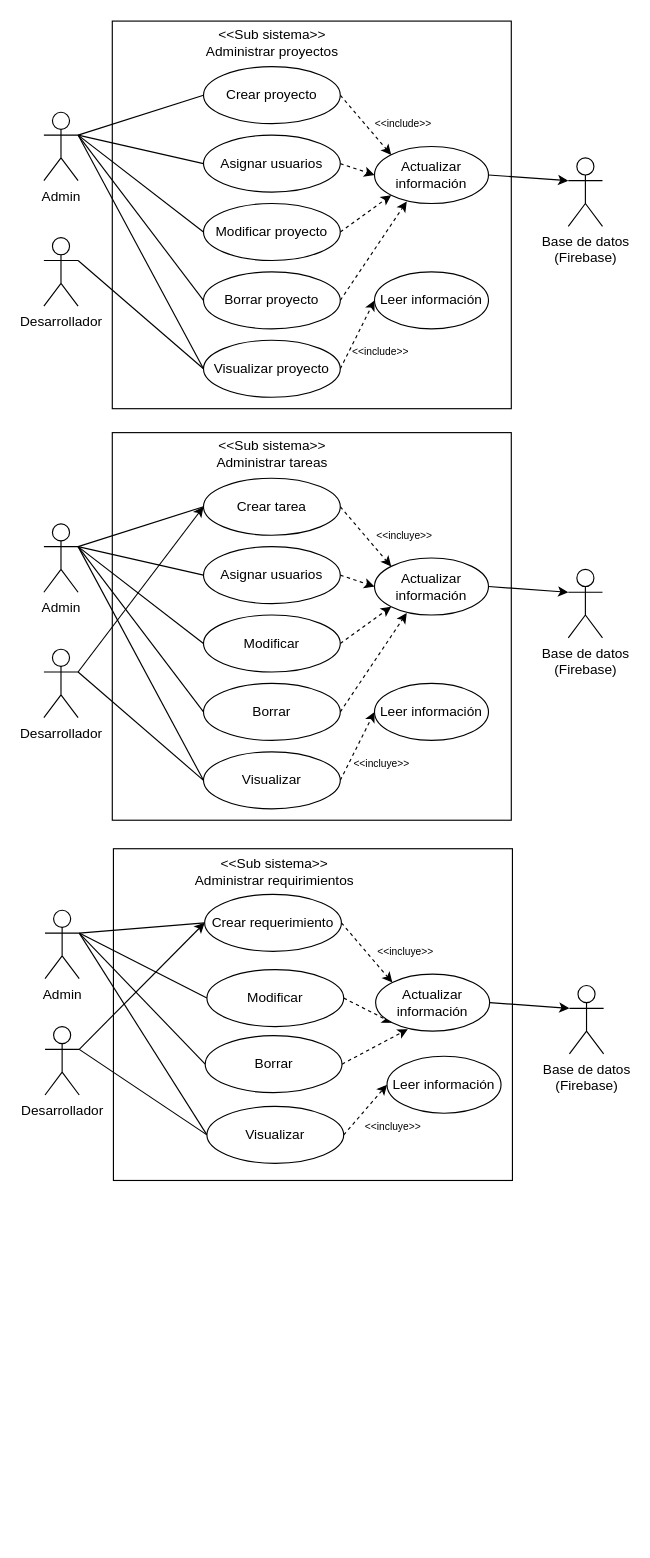
The draw.io diagram diagrams/use-case-diagram.drawio in Apantli/Tenor, before the edit. Source tidied: cells renumbered, new cells numbered last; positions are measured from the earlier drawing's top-left corner, leaving out a move shared by most shapes. Both pictures are drawn from the tidied source at 114%, with x=0, y=0 at pixel (43, 19).
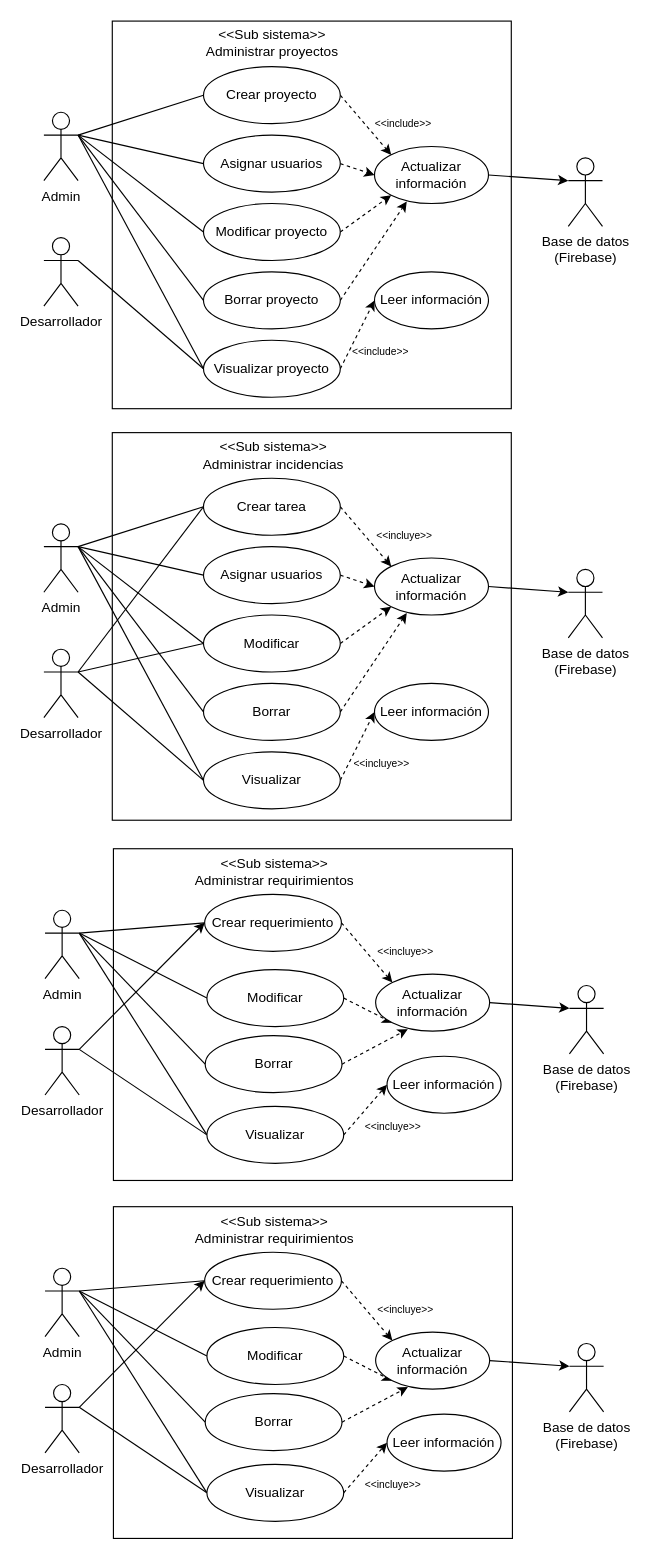
The same page after the edit.

Unchanged cells that the change refers to:
```xml
<mxCell id="29" style="group;" parent="1" vertex="1">
  <mxGeometry y="361" width="490" height="341" as="geometry" />
</mxCell>
<mxCell id="39" value="Desarrollador" style="shape=umlActor;verticalLabelPosition=bottom;verticalAlign=top;html=1;outlineConnect=0;" parent="29" vertex="1">
  <mxGeometry y="191" width="30" height="60" as="geometry" />
</mxCell>
<mxCell id="41" value="Crear tarea" style="ellipse;whiteSpace=wrap;html=1;" parent="29" vertex="1">
  <mxGeometry x="140" y="41" width="120" height="50" as="geometry" />
</mxCell>
<mxCell id="47" value="Modificar" style="ellipse;whiteSpace=wrap;html=1;" parent="29" vertex="1">
  <mxGeometry x="140" y="161" width="120" height="50" as="geometry" />
</mxCell>
```

Change to the diagram source:
```diff
@@
-    <mxCell id="38" style="edgeStyle=none;rounded=0;jettySize=auto;html=1;exitX=1;exitY=0.3333333333333333;exitDx=0;exitDy=0;exitPerimeter=0;entryX=0;entryY=0.5;entryDx=0;entryDy=0;" parent="29" edge="1" source="39" target="41">
+    <mxCell id="38" style="edgeStyle=none;rounded=0;jettySize=auto;html=1;exitX=1;exitY=0.3333333333333333;exitDx=0;exitDy=0;exitPerimeter=0;entryX=0;entryY=0.5;entryDx=0;entryDy=0;endArrow=none;startFill=0;" parent="29" edge="1" source="39" target="41">
       <mxGeometry relative="1" as="geometry" />
     </mxCell>
+    <mxCell id="82" style="edgeStyle=none;rounded=0;jettySize=auto;html=1;exitX=1;exitY=0.3333333333333333;exitDx=0;exitDy=0;exitPerimeter=0;entryX=0;entryY=0.5;entryDx=0;entryDy=0;endArrow=none;startFill=0;" parent="29" edge="1" source="39" target="47">
+      <mxGeometry relative="1" as="geometry" />
+    </mxCell>
@@
-    <mxCell id="49" value="&lt;div&gt;&amp;lt;&amp;lt;Sub sistema&amp;gt;&amp;gt;&lt;/div&gt;Administrar tareas" style="text;html=1;align=center;verticalAlign=middle;strokeColor=none;fillColor=none;" parent="29" vertex="1">
-      <mxGeometry x="140" width="120" height="40" as="geometry" />
+    <mxCell id="49" value="&lt;div&gt;&amp;lt;&amp;lt;Sub sistema&amp;gt;&amp;gt;&lt;/div&gt;Administrar incidencias" style="text;html=1;align=center;verticalAlign=middle;strokeColor=none;fillColor=none;" parent="29" vertex="1">
+      <mxGeometry x="130" width="141" height="41" as="geometry" />
     </mxCell>
@@
+    <mxCell id="83" style="rounded=0;whiteSpace=wrap;html=1;" parent="1" vertex="1">
+      <mxGeometry x="61" y="1041" width="350" height="291" as="geometry" />
+    </mxCell>
+    <mxCell id="84" style="edgeStyle=none;rounded=0;jettySize=auto;html=1;exitX=1;exitY=0.3333333333333333;exitDx=0;exitDy=0;exitPerimeter=0;entryX=0;entryY=0.5;entryDx=0;entryDy=0;endArrow=none;startFill=0;" parent="1" edge="1" source="88" target="93">
+      <mxGeometry relative="1" as="geometry" />
+    </mxCell>
+    <mxCell id="85" style="edgeStyle=none;rounded=0;jettySize=auto;html=1;exitX=1;exitY=0.3333333333333333;exitDx=0;exitDy=0;exitPerimeter=0;entryX=0;entryY=0.5;entryDx=0;entryDy=0;endArrow=none;startFill=0;" parent="1" edge="1" source="88" target="97">
+      <mxGeometry relative="1" as="geometry" />
+    </mxCell>
+    <mxCell id="86" style="edgeStyle=none;rounded=0;jettySize=auto;html=1;exitX=1;exitY=0.3333333333333333;exitDx=0;exitDy=0;exitPerimeter=0;entryX=0;entryY=0.5;entryDx=0;entryDy=0;endArrow=none;startFill=0;" parent="1" edge="1" source="88" target="98">
+      <mxGeometry relative="1" as="geometry" />
+    </mxCell>
+    <mxCell id="87" style="edgeStyle=none;rounded=0;jettySize=auto;html=1;exitX=1;exitY=0.3333333333333333;exitDx=0;exitDy=0;exitPerimeter=0;entryX=0;entryY=0.5;entryDx=0;entryDy=0;endArrow=none;startFill=0;" parent="1" edge="1" source="88" target="95">
+      <mxGeometry relative="1" as="geometry" />
+    </mxCell>
+    <mxCell id="88" value="Admin" style="shape=umlActor;verticalLabelPosition=bottom;verticalAlign=top;html=1;outlineConnect=0;" parent="1" vertex="1">
+      <mxGeometry x="1" y="1095" width="30" height="60" as="geometry" />
+    </mxCell>
+    <mxCell id="89" style="edgeStyle=none;rounded=0;jettySize=auto;html=1;exitX=1;exitY=0.3333333333333333;exitDx=0;exitDy=0;exitPerimeter=0;entryX=0;entryY=0.5;entryDx=0;entryDy=0;endArrow=none;startFill=0;" parent="1" edge="1" source="91" target="95">
+      <mxGeometry relative="1" as="geometry" />
+    </mxCell>
+    <mxCell id="90" style="edgeStyle=none;rounded=0;jettySize=auto;html=1;exitX=1;exitY=0.3333333333333333;exitDx=0;exitDy=0;exitPerimeter=0;entryX=0;entryY=0.5;entryDx=0;entryDy=0;" parent="1" edge="1" source="91" target="93">
+      <mxGeometry relative="1" as="geometry" />
+    </mxCell>
+    <mxCell id="91" value="Desarrollador" style="shape=umlActor;verticalLabelPosition=bottom;verticalAlign=top;html=1;outlineConnect=0;" parent="1" vertex="1">
+      <mxGeometry x="1" y="1197" width="30" height="60" as="geometry" />
+    </mxCell>
+    <mxCell id="92" style="edgeStyle=none;rounded=0;jettySize=auto;html=1;exitX=1;exitY=0.5;exitDx=0;exitDy=0;entryX=0;entryY=0;entryDx=0;entryDy=0;dashed=1;" parent="1" edge="1" source="93" target="101">
+      <mxGeometry relative="1" as="geometry" />
+    </mxCell>
+    <mxCell id="93" value="Crear requerimiento" style="ellipse;whiteSpace=wrap;html=1;" parent="1" vertex="1">
+      <mxGeometry x="141" y="1081" width="120" height="50" as="geometry" />
+    </mxCell>
+    <mxCell id="94" style="edgeStyle=none;rounded=0;jettySize=auto;html=1;exitX=1;exitY=0.5;exitDx=0;exitDy=0;entryX=0;entryY=0.5;entryDx=0;entryDy=0;dashed=1;" parent="1" edge="1" source="95" target="102">
+      <mxGeometry relative="1" as="geometry" />
+    </mxCell>
+    <mxCell id="95" value="Visualizar" style="ellipse;whiteSpace=wrap;html=1;" parent="1" vertex="1">
+      <mxGeometry x="143" y="1267" width="120" height="50" as="geometry" />
+    </mxCell>
+    <mxCell id="96" style="edgeStyle=none;rounded=0;jettySize=auto;html=1;exitX=1;exitY=0.5;exitDx=0;exitDy=0;entryX=0;entryY=1;entryDx=0;entryDy=0;dashed=1;" parent="1" edge="1" source="97" target="101">
+      <mxGeometry relative="1" as="geometry" />
+    </mxCell>
+    <mxCell id="97" value="Modificar" style="ellipse;whiteSpace=wrap;html=1;" parent="1" vertex="1">
+      <mxGeometry x="143" y="1147" width="120" height="50" as="geometry" />
+    </mxCell>
+    <mxCell id="98" value="Borrar" style="ellipse;whiteSpace=wrap;html=1;" parent="1" vertex="1">
+      <mxGeometry x="141.5" y="1205" width="120" height="50" as="geometry" />
+    </mxCell>
+    <mxCell id="99" value="&lt;div&gt;&amp;lt;&amp;lt;Sub sistema&amp;gt;&amp;gt;&lt;/div&gt;Administrar requirimientos" style="text;html=1;align=center;verticalAlign=middle;strokeColor=none;fillColor=none;" parent="1" vertex="1">
+      <mxGeometry x="123" y="1040" width="157" height="41" as="geometry" />
+    </mxCell>
+    <mxCell id="100" value="Base de datos&lt;div&gt;(Firebase)&lt;/div&gt;" style="shape=umlActor;verticalLabelPosition=bottom;verticalAlign=top;html=1;outlineConnect=0;" parent="1" vertex="1">
+      <mxGeometry x="461" y="1161" width="30" height="60" as="geometry" />
+    </mxCell>
+    <mxCell id="101" value="Actualizar&lt;div&gt;información&lt;/div&gt;" style="ellipse;whiteSpace=wrap;html=1;" parent="1" vertex="1">
+      <mxGeometry x="291" y="1151" width="100" height="50" as="geometry" />
+    </mxCell>
+    <mxCell id="102" value="Leer información" style="ellipse;whiteSpace=wrap;html=1;" parent="1" vertex="1">
+      <mxGeometry x="301" y="1223" width="100" height="50" as="geometry" />
+    </mxCell>
+    <mxCell id="103" style="edgeStyle=none;rounded=0;jettySize=auto;html=1;exitX=1;exitY=0.5;exitDx=0;exitDy=0;entryX=0.283;entryY=0.965;entryDx=0;entryDy=0;entryPerimeter=0;dashed=1;" parent="1" edge="1" source="98" target="101">
+      <mxGeometry relative="1" as="geometry" />
+    </mxCell>
+    <mxCell id="104" style="edgeStyle=none;rounded=0;jettySize=auto;html=1;exitX=1;exitY=0.5;exitDx=0;exitDy=0;entryX=0;entryY=0.3333333333333333;entryDx=0;entryDy=0;entryPerimeter=0;" parent="1" edge="1" source="101" target="100">
+      <mxGeometry relative="1" as="geometry" />
+    </mxCell>
+    <mxCell id="105" value="&amp;lt;&amp;lt;incluye&amp;gt;&amp;gt;" style="text;html=1;align=center;verticalAlign=middle;strokeColor=none;fillColor=none;fontSize=9;" parent="1" vertex="1">
+      <mxGeometry x="283" y="1120" width="67" height="23" as="geometry" />
+    </mxCell>
+    <mxCell id="106" value="&amp;lt;&amp;lt;incluye&amp;gt;&amp;gt;" style="text;html=1;align=center;verticalAlign=middle;strokeColor=none;fillColor=none;fontSize=9;" parent="1" vertex="1">
+      <mxGeometry x="272" y="1273" width="67" height="23" as="geometry" />
+    </mxCell>
```
